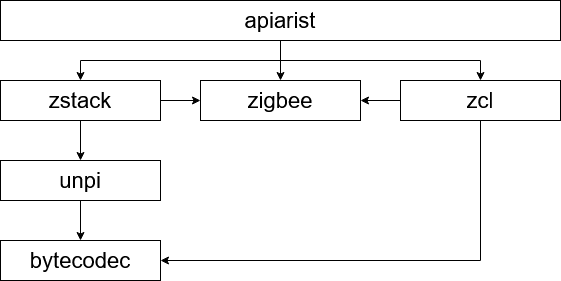
Before: static/imgs/docs/introduction/controller-stack.png, a diagram exported from draw.io (shimmeringbee/shimmeringbee.io). Source tidied: cells renumbered, new cells last; positions are measured from the earlier drawing's top-left corner, leaving out a move shared by most shapes. The source it was exported from:
```xml
<mxGraphModel>
  <root>
    <mxCell id="0" />
    <mxCell id="1" parent="0" />
    <mxCell id="2" style="edgeStyle=orthogonalEdgeStyle;rounded=0;jettySize=auto;html=1;" parent="1" edge="1" source="5" target="15">
      <mxGeometry relative="1" as="geometry" />
    </mxCell>
    <mxCell id="3" style="edgeStyle=orthogonalEdgeStyle;rounded=0;jettySize=auto;html=1;exitX=0.5;exitY=1;exitDx=0;exitDy=0;" parent="1" edge="1" source="5" target="12">
      <mxGeometry relative="1" as="geometry" />
    </mxCell>
    <mxCell id="4" style="edgeStyle=orthogonalEdgeStyle;rounded=0;jettySize=auto;html=1;" parent="1" edge="1" source="5" target="9">
      <mxGeometry relative="1" as="geometry" />
    </mxCell>
    <mxCell id="5" value="apiarist" style="rounded=0;whiteSpace=wrap;html=1;fontSize=22;" parent="1" vertex="1">
      <mxGeometry width="560" height="40" as="geometry" />
    </mxCell>
    <mxCell id="6" style="edgeStyle=orthogonalEdgeStyle;rounded=0;jettySize=auto;html=1;" parent="1" edge="1" source="7" target="8">
      <mxGeometry relative="1" as="geometry" />
    </mxCell>
    <mxCell id="7" value="unpi" style="rounded=0;whiteSpace=wrap;html=1;fontSize=22;" parent="1" vertex="1">
      <mxGeometry y="160" width="160" height="40" as="geometry" />
    </mxCell>
    <mxCell id="8" value="bytecodec" style="rounded=0;whiteSpace=wrap;html=1;fontSize=22;" parent="1" vertex="1">
      <mxGeometry y="240" width="160" height="40" as="geometry" />
    </mxCell>
    <mxCell id="9" value="zigbee" style="rounded=0;whiteSpace=wrap;html=1;fontSize=22;" parent="1" vertex="1">
      <mxGeometry x="200" y="80" width="160" height="40" as="geometry" />
    </mxCell>
    <mxCell id="10" style="edgeStyle=orthogonalEdgeStyle;rounded=0;jettySize=auto;html=1;" parent="1" edge="1" source="12" target="8">
      <mxGeometry relative="1" as="geometry">
        <Array as="points">
          <mxPoint x="480" y="260" />
        </Array>
      </mxGeometry>
    </mxCell>
    <mxCell id="11" style="edgeStyle=orthogonalEdgeStyle;rounded=0;jettySize=auto;html=1;" parent="1" edge="1" source="12" target="9">
      <mxGeometry relative="1" as="geometry" />
    </mxCell>
    <mxCell id="12" value="zcl" style="rounded=0;whiteSpace=wrap;html=1;fontSize=22;" parent="1" vertex="1">
      <mxGeometry x="400" y="80" width="160" height="40" as="geometry" />
    </mxCell>
    <mxCell id="13" style="edgeStyle=orthogonalEdgeStyle;rounded=0;jettySize=auto;html=1;" parent="1" edge="1" source="15" target="7">
      <mxGeometry relative="1" as="geometry" />
    </mxCell>
    <mxCell id="14" style="edgeStyle=orthogonalEdgeStyle;rounded=0;jettySize=auto;html=1;" parent="1" edge="1" source="15" target="9">
      <mxGeometry relative="1" as="geometry" />
    </mxCell>
    <mxCell id="15" value="zstack" style="rounded=0;whiteSpace=wrap;html=1;fontSize=22;" parent="1" vertex="1">
      <mxGeometry y="80" width="160" height="40" as="geometry" />
    </mxCell>
  </root>
</mxGraphModel>
```
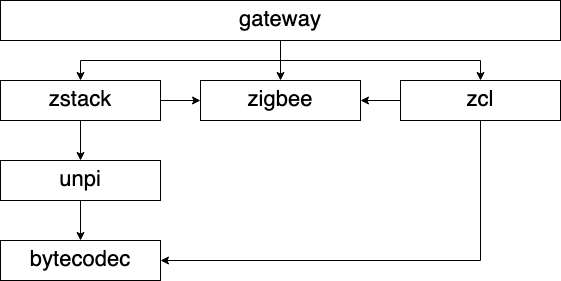
Above is the later version.

Commit message:
Rename apiarist to controller, add gitignore.

Change to the diagram source:
```diff
@@ -11,7 +11,7 @@
     <mxCell id="4" style="edgeStyle=orthogonalEdgeStyle;rounded=0;jettySize=auto;html=1;" parent="1" edge="1" source="5" target="9">
       <mxGeometry relative="1" as="geometry" />
     </mxCell>
-    <mxCell id="5" value="apiarist" style="rounded=0;whiteSpace=wrap;html=1;fontSize=22;" parent="1" vertex="1">
+    <mxCell id="5" value="&lt;div&gt;gateway&lt;/div&gt;" style="rounded=0;whiteSpace=wrap;html=1;fontSize=22;" parent="1" vertex="1">
       <mxGeometry width="560" height="40" as="geometry" />
     </mxCell>
     <mxCell id="6" style="edgeStyle=orthogonalEdgeStyle;rounded=0;jettySize=auto;html=1;" parent="1" edge="1" source="7" target="8">
```
